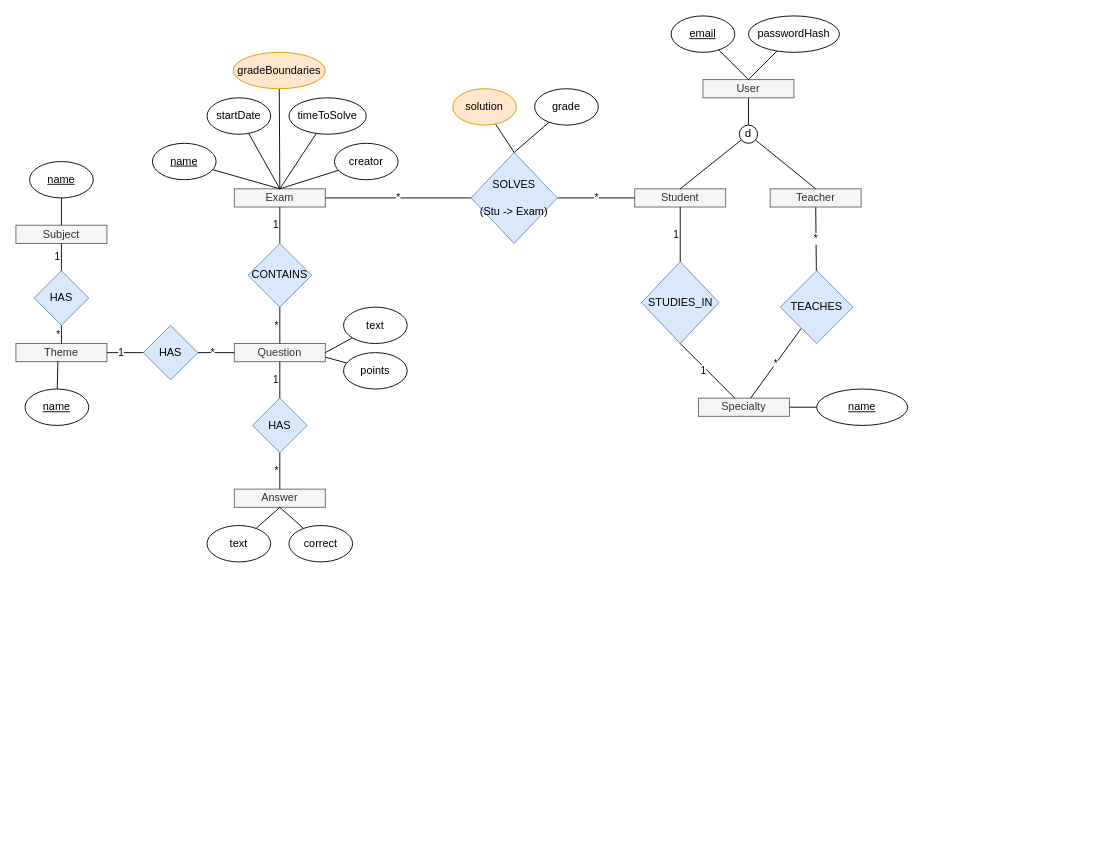
Before: docs/natfa-eer-diagram.drawio in natfa/examicutor, a draw.io diagram. Source tidied: cells renumbered, new cells numbered last; positions are measured from the earlier drawing's top-left corner, leaving out a move shared by most shapes. Both pictures are drawn from the tidied source at 91%, with x=0, y=0 at pixel (15, 15).
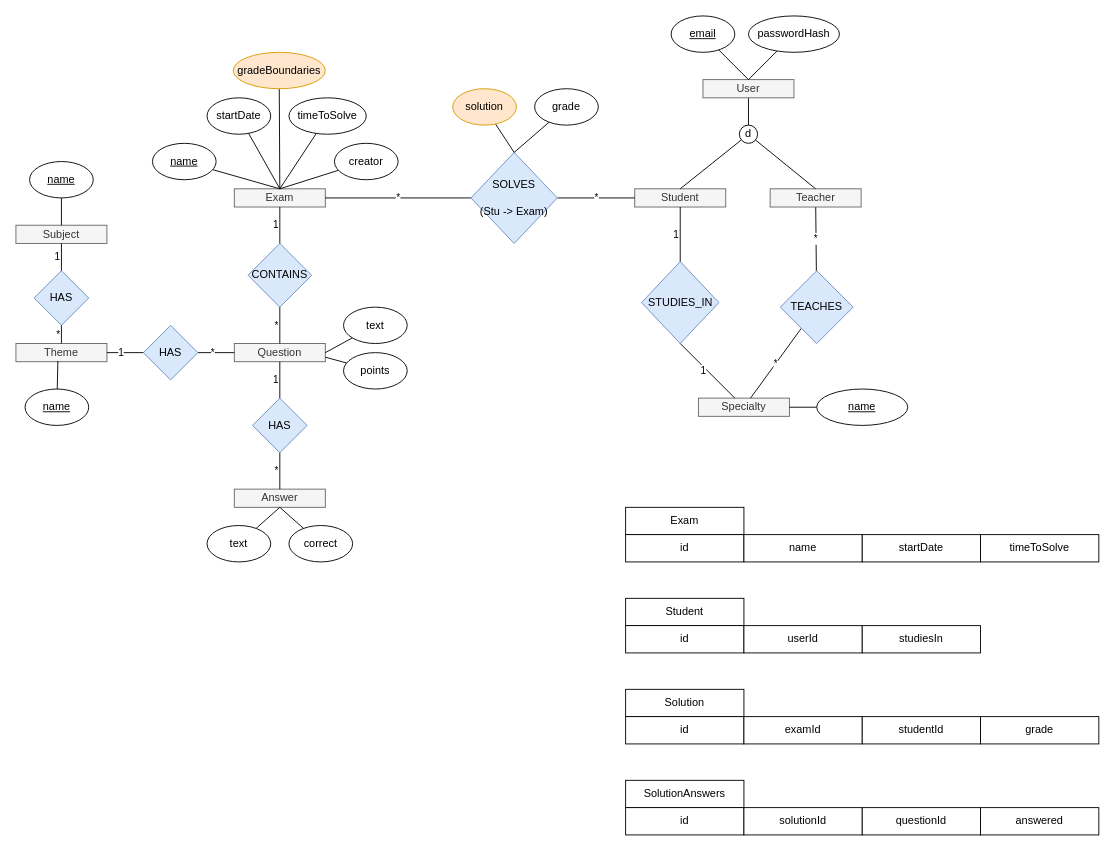
Above is the later version.

Change to the diagram source:
```diff
@@
+    <mxCell id="69" value="Exam" style="rounded=0;whiteSpace=wrap;html=1;" parent="1" vertex="1">
+      <mxGeometry x="670" y="540" width="130" height="30" as="geometry" />
+    </mxCell>
+    <mxCell id="70" value="&lt;div&gt;id&lt;/div&gt;" style="rounded=0;whiteSpace=wrap;html=1;" parent="1" vertex="1">
+      <mxGeometry x="670" y="570" width="130" height="30" as="geometry" />
+    </mxCell>
+    <mxCell id="71" value="name" style="rounded=0;whiteSpace=wrap;html=1;" parent="1" vertex="1">
+      <mxGeometry x="800" y="570" width="130" height="30" as="geometry" />
+    </mxCell>
+    <mxCell id="72" value="&lt;div&gt;startDate&lt;/div&gt;" style="rounded=0;whiteSpace=wrap;html=1;" parent="1" vertex="1">
+      <mxGeometry x="930" y="570" width="130" height="30" as="geometry" />
+    </mxCell>
+    <mxCell id="73" value="timeToSolve" style="rounded=0;whiteSpace=wrap;html=1;" parent="1" vertex="1">
+      <mxGeometry x="1060" y="570" width="130" height="30" as="geometry" />
+    </mxCell>
+    <mxCell id="74" value="Student" style="rounded=0;whiteSpace=wrap;html=1;" parent="1" vertex="1">
+      <mxGeometry x="670" y="640" width="130" height="30" as="geometry" />
+    </mxCell>
+    <mxCell id="75" value="&lt;div&gt;id&lt;/div&gt;" style="rounded=0;whiteSpace=wrap;html=1;" parent="1" vertex="1">
+      <mxGeometry x="670" y="670" width="130" height="30" as="geometry" />
+    </mxCell>
+    <mxCell id="76" value="userId" style="rounded=0;whiteSpace=wrap;html=1;" parent="1" vertex="1">
+      <mxGeometry x="800" y="670" width="130" height="30" as="geometry" />
+    </mxCell>
+    <mxCell id="77" value="studiesIn" style="rounded=0;whiteSpace=wrap;html=1;" parent="1" vertex="1">
+      <mxGeometry x="930" y="670" width="130" height="30" as="geometry" />
+    </mxCell>
+    <mxCell id="78" value="&lt;div&gt;Solution&lt;/div&gt;" style="rounded=0;whiteSpace=wrap;html=1;" parent="1" vertex="1">
+      <mxGeometry x="670" y="740" width="130" height="30" as="geometry" />
+    </mxCell>
+    <mxCell id="79" value="&lt;div&gt;id&lt;/div&gt;" style="rounded=0;whiteSpace=wrap;html=1;" parent="1" vertex="1">
+      <mxGeometry x="670" y="770" width="130" height="30" as="geometry" />
+    </mxCell>
+    <mxCell id="80" value="examId" style="rounded=0;whiteSpace=wrap;html=1;" parent="1" vertex="1">
+      <mxGeometry x="800" y="770" width="130" height="30" as="geometry" />
+    </mxCell>
+    <mxCell id="81" value="studentId" style="rounded=0;whiteSpace=wrap;html=1;" parent="1" vertex="1">
+      <mxGeometry x="930" y="770" width="130" height="30" as="geometry" />
+    </mxCell>
+    <mxCell id="82" value="SolutionAnswers" style="rounded=0;whiteSpace=wrap;html=1;" parent="1" vertex="1">
+      <mxGeometry x="670" y="840" width="130" height="30" as="geometry" />
+    </mxCell>
+    <mxCell id="83" value="&lt;div&gt;id&lt;/div&gt;" style="rounded=0;whiteSpace=wrap;html=1;" parent="1" vertex="1">
+      <mxGeometry x="670" y="870" width="130" height="30" as="geometry" />
+    </mxCell>
+    <mxCell id="84" value="solutionId" style="rounded=0;whiteSpace=wrap;html=1;" parent="1" vertex="1">
+      <mxGeometry x="800" y="870" width="130" height="30" as="geometry" />
+    </mxCell>
+    <mxCell id="85" value="questionId" style="rounded=0;whiteSpace=wrap;html=1;" parent="1" vertex="1">
+      <mxGeometry x="930" y="870" width="130" height="30" as="geometry" />
+    </mxCell>
+    <mxCell id="86" value="answered" style="rounded=0;whiteSpace=wrap;html=1;" parent="1" vertex="1">
+      <mxGeometry x="1060" y="870" width="130" height="30" as="geometry" />
+    </mxCell>
+    <mxCell id="87" value="grade" style="rounded=0;whiteSpace=wrap;html=1;" parent="1" vertex="1">
+      <mxGeometry x="1060" y="770" width="130" height="30" as="geometry" />
+    </mxCell>
```
